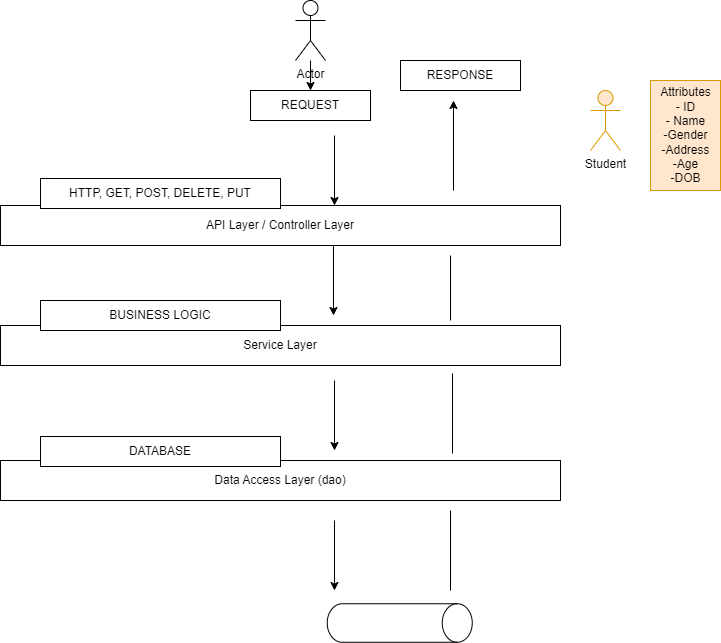
Earlier version of the draw.io export fosuhene crack springboot.drawio.png (fosuhene/alldrawings). Source tidied: cells renumbered, new cells last; positions are measured from the earlier drawing's top-left corner, leaving out a move shared by most shapes.
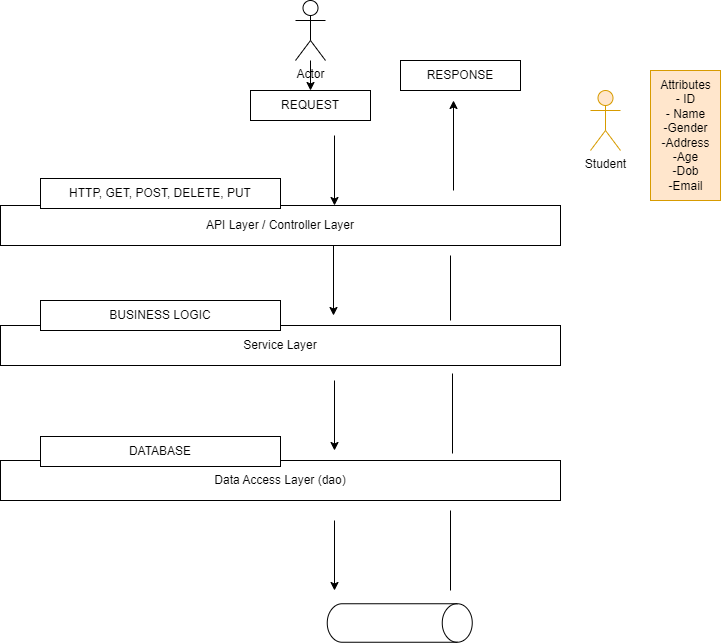
Later version of the same file.

What changed in the source:
```diff
@@ -86,8 +86,8 @@
     <mxCell id="21" value="Student" style="shape=umlActor;verticalLabelPosition=bottom;verticalAlign=top;html=1;fillColor=#ffe6cc;strokeColor=#d79b00;" parent="1" vertex="1">
       <mxGeometry x="590" y="90" width="30" height="60" as="geometry" />
     </mxCell>
-    <mxCell id="22" value="Attributes&lt;br&gt;- ID&lt;br&gt;- Name&lt;br&gt;-Gender&lt;br&gt;-Address&lt;br&gt;-Age&lt;br&gt;-DOB&lt;br&gt;" style="text;html=1;align=center;verticalAlign=middle;strokeColor=#d79b00;fillColor=#ffe6cc;" parent="1" vertex="1">
-      <mxGeometry x="650" y="80" width="70" height="110" as="geometry" />
+    <mxCell id="22" value="Attributes&lt;br&gt;- ID&lt;br&gt;- Name&lt;br&gt;-Gender&lt;br&gt;-Address&lt;br&gt;-Age&lt;br&gt;-Dob&lt;br&gt;-Email&lt;br&gt;" style="text;html=1;align=center;verticalAlign=middle;strokeColor=#d79b00;fillColor=#ffe6cc;" parent="1" vertex="1">
+      <mxGeometry x="650" y="70" width="70" height="130" as="geometry" />
     </mxCell>
   </root>
 </mxGraphModel>
```
